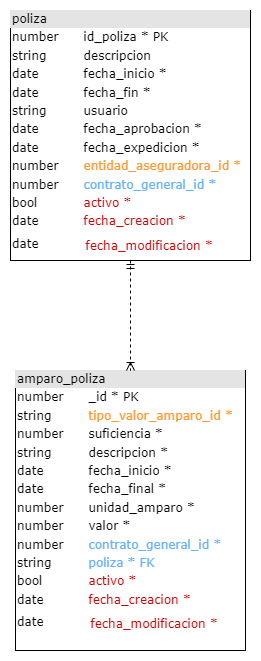
Earlier version of the draw.io export diagrams/polizas.drawio.png (udistrital/polizas_crud). Source tidied: cells renumbered, new cells last; positions are measured from the earlier drawing's top-left corner, leaving out a move shared by most shapes.
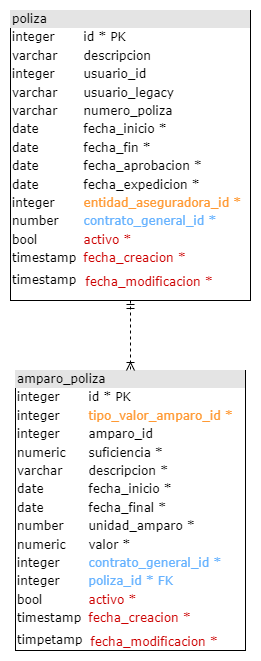
The same file after the commit.

What changed in the source:
```diff
@@ -2,14 +2,14 @@
   <root>
     <mxCell id="0" />
     <mxCell id="1" parent="0" />
-    <mxCell id="2" value="&lt;div style=&quot;box-sizing: border-box ; width: 100% ; background: #e4e4e4 ; padding: 2px&quot;&gt;amparo_poliza&lt;/div&gt;&lt;table style=&quot;width: 100% ; font-size: 1em&quot; cellpadding=&quot;2&quot; cellspacing=&quot;0&quot;&gt;&lt;tbody&gt;&lt;tr&gt;&lt;td&gt;number&lt;span style=&quot;white-space: pre;&quot;&gt;&#9;&lt;/span&gt;&lt;/td&gt;&lt;td&gt;_id * PK&lt;/td&gt;&lt;/tr&gt;&lt;tr&gt;&lt;td&gt;string&lt;/td&gt;&lt;td&gt;&lt;font color=&quot;#ff9933&quot;&gt;tipo_valor_amparo_id *&lt;/font&gt;&lt;/td&gt;&lt;/tr&gt;&lt;tr&gt;&lt;td&gt;number&lt;/td&gt;&lt;td&gt;suficiencia *&lt;/td&gt;&lt;/tr&gt;&lt;tr&gt;&lt;td&gt;string&lt;/td&gt;&lt;td&gt;descripcion *&amp;nbsp;&lt;/td&gt;&lt;/tr&gt;&lt;tr&gt;&lt;td&gt;date&lt;/td&gt;&lt;td&gt;fecha_inicio *&lt;br&gt;&lt;/td&gt;&lt;/tr&gt;&lt;tr&gt;&lt;td&gt;date&lt;br&gt;&lt;/td&gt;&lt;td&gt;fecha_final *&lt;br&gt;&lt;/td&gt;&lt;/tr&gt;&lt;tr&gt;&lt;td&gt;number&lt;/td&gt;&lt;td&gt;unidad_amparo *&lt;/td&gt;&lt;/tr&gt;&lt;tr&gt;&lt;td&gt;number&lt;/td&gt;&lt;td&gt;valor *&lt;/td&gt;&lt;/tr&gt;&lt;tr&gt;&lt;td&gt;number&lt;br&gt;&lt;/td&gt;&lt;td&gt;&lt;span style=&quot;color: rgb(102, 178, 255);&quot;&gt;contrato_general_id *&lt;/span&gt;&lt;br style=&quot;color: rgb(102, 178, 255);&quot;&gt;&lt;/td&gt;&lt;/tr&gt;&lt;tr&gt;&lt;td&gt;string&lt;br&gt;&lt;/td&gt;&lt;td&gt;&lt;font color=&quot;#66b2ff&quot;&gt;poliza * FK&lt;/font&gt;&lt;br&gt;&lt;/td&gt;&lt;/tr&gt;&lt;tr&gt;&lt;td&gt;bool&lt;br&gt;&lt;/td&gt;&lt;td&gt;&lt;span style=&quot;color: rgb(204, 0, 0);&quot;&gt;activo *&lt;/span&gt;&lt;br style=&quot;color: rgb(204, 0, 0);&quot;&gt;&lt;/td&gt;&lt;/tr&gt;&lt;tr&gt;&lt;td&gt;date&lt;/td&gt;&lt;td&gt;&lt;span style=&quot;color: rgb(204, 0, 0);&quot;&gt;fecha_creacion *&lt;/span&gt;&lt;br style=&quot;color: rgb(204, 0, 0);&quot;&gt;&lt;/td&gt;&lt;/tr&gt;&lt;tr&gt;&lt;td&gt;date&lt;/td&gt;&lt;td&gt;&lt;table style=&quot;font-size: 1em; width: 230px;&quot; cellpadding=&quot;2&quot; cellspacing=&quot;0&quot;&gt;&lt;tbody&gt;&lt;tr&gt;&lt;td&gt;&lt;/td&gt;&lt;/tr&gt;&lt;tr&gt;&lt;td&gt;&lt;font color=&quot;#cc0000&quot;&gt;fecha_modificacion *&lt;/font&gt;&lt;/td&gt;&lt;/tr&gt;&lt;/tbody&gt;&lt;/table&gt;&lt;/td&gt;&lt;/tr&gt;&lt;/tbody&gt;&lt;/table&gt;" style="verticalAlign=top;align=left;overflow=fill;html=1;rounded=0;shadow=0;comic=0;labelBackgroundColor=none;strokeWidth=1;fontFamily=Verdana;fontSize=12;" parent="1" vertex="1">
+    <mxCell id="2" value="&lt;div style=&quot;box-sizing: border-box ; width: 100% ; background: #e4e4e4 ; padding: 2px&quot;&gt;amparo_poliza&lt;/div&gt;&lt;table style=&quot;width: 100% ; font-size: 1em&quot; cellpadding=&quot;2&quot; cellspacing=&quot;0&quot;&gt;&lt;tbody&gt;&lt;tr&gt;&lt;td&gt;integer&lt;/td&gt;&lt;td&gt;id * PK&lt;/td&gt;&lt;/tr&gt;&lt;tr&gt;&lt;td&gt;integer&lt;span style=&quot;white-space: pre;&quot;&gt;&#9;&lt;/span&gt;&lt;/td&gt;&lt;td&gt;&lt;font color=&quot;#ff9933&quot;&gt;tipo_valor_amparo_id *&lt;/font&gt;&lt;/td&gt;&lt;/tr&gt;&lt;tr&gt;&lt;td&gt;integer&lt;/td&gt;&lt;td&gt;amparo_id&lt;/td&gt;&lt;/tr&gt;&lt;tr&gt;&lt;td&gt;numeric&lt;/td&gt;&lt;td&gt;suficiencia *&lt;/td&gt;&lt;/tr&gt;&lt;tr&gt;&lt;td&gt;varchar&lt;/td&gt;&lt;td&gt;descripcion *&amp;nbsp;&lt;/td&gt;&lt;/tr&gt;&lt;tr&gt;&lt;td&gt;date&lt;/td&gt;&lt;td&gt;fecha_inicio *&lt;br&gt;&lt;/td&gt;&lt;/tr&gt;&lt;tr&gt;&lt;td&gt;date&lt;br&gt;&lt;/td&gt;&lt;td&gt;fecha_final *&lt;br&gt;&lt;/td&gt;&lt;/tr&gt;&lt;tr&gt;&lt;td&gt;number&lt;/td&gt;&lt;td&gt;unidad_amparo *&lt;/td&gt;&lt;/tr&gt;&lt;tr&gt;&lt;td&gt;numeric&lt;/td&gt;&lt;td&gt;valor *&lt;/td&gt;&lt;/tr&gt;&lt;tr&gt;&lt;td&gt;integer&lt;br&gt;&lt;/td&gt;&lt;td&gt;&lt;span style=&quot;color: rgb(102, 178, 255);&quot;&gt;contrato_general_id *&lt;/span&gt;&lt;br style=&quot;color: rgb(102, 178, 255);&quot;&gt;&lt;/td&gt;&lt;/tr&gt;&lt;tr&gt;&lt;td&gt;integer&lt;br&gt;&lt;/td&gt;&lt;td&gt;&lt;font color=&quot;#66b2ff&quot;&gt;poliza_id * FK&lt;/font&gt;&lt;br&gt;&lt;/td&gt;&lt;/tr&gt;&lt;tr&gt;&lt;td&gt;bool&lt;br&gt;&lt;/td&gt;&lt;td&gt;&lt;span style=&quot;color: rgb(204, 0, 0);&quot;&gt;activo *&lt;/span&gt;&lt;br style=&quot;color: rgb(204, 0, 0);&quot;&gt;&lt;/td&gt;&lt;/tr&gt;&lt;tr&gt;&lt;td&gt;timestamp&lt;/td&gt;&lt;td&gt;&lt;span style=&quot;color: rgb(204, 0, 0);&quot;&gt;fecha_creacion *&lt;/span&gt;&lt;br style=&quot;color: rgb(204, 0, 0);&quot;&gt;&lt;/td&gt;&lt;/tr&gt;&lt;tr&gt;&lt;td&gt;timpetamp&lt;/td&gt;&lt;td&gt;&lt;table style=&quot;font-size: 1em; width: 230px;&quot; cellpadding=&quot;2&quot; cellspacing=&quot;0&quot;&gt;&lt;tbody&gt;&lt;tr&gt;&lt;td&gt;&lt;/td&gt;&lt;/tr&gt;&lt;tr&gt;&lt;td&gt;&lt;font color=&quot;#cc0000&quot;&gt;fecha_modificacion *&lt;/font&gt;&lt;/td&gt;&lt;/tr&gt;&lt;/tbody&gt;&lt;/table&gt;&lt;/td&gt;&lt;/tr&gt;&lt;/tbody&gt;&lt;/table&gt;" style="verticalAlign=top;align=left;overflow=fill;html=1;rounded=0;shadow=0;comic=0;labelBackgroundColor=none;strokeWidth=1;fontFamily=Verdana;fontSize=12;" parent="1" vertex="1">
       <mxGeometry x="5" y="360" width="230" height="280" as="geometry" />
     </mxCell>
     <mxCell id="3" style="edgeStyle=orthogonalEdgeStyle;html=1;entryX=0.5;entryY=0;dashed=1;labelBackgroundColor=none;startArrow=ERmandOne;endArrow=ERoneToMany;fontFamily=Verdana;fontSize=12;align=left;entryDx=0;entryDy=0;exitX=0.5;exitY=1;exitDx=0;exitDy=0;" parent="1" edge="1" source="4" target="2">
       <mxGeometry relative="1" as="geometry" />
     </mxCell>
-    <mxCell id="4" value="&lt;div style=&quot;box-sizing: border-box ; width: 100% ; background: #e4e4e4 ; padding: 2px&quot;&gt;poliza&lt;/div&gt;&lt;table style=&quot;width: 100% ; font-size: 1em&quot; cellpadding=&quot;2&quot; cellspacing=&quot;0&quot;&gt;&lt;tbody&gt;&lt;tr&gt;&lt;td&gt;number&lt;span style=&quot;white-space: pre;&quot;&gt;&#9;&lt;/span&gt;&lt;/td&gt;&lt;td&gt;id_poliza * PK&lt;/td&gt;&lt;/tr&gt;&lt;tr&gt;&lt;td&gt;string&lt;/td&gt;&lt;td&gt;descripcion&lt;br&gt;&lt;/td&gt;&lt;/tr&gt;&lt;tr&gt;&lt;td&gt;date&lt;/td&gt;&lt;td&gt;fecha_inicio *&lt;/td&gt;&lt;/tr&gt;&lt;tr&gt;&lt;td&gt;date&lt;/td&gt;&lt;td&gt;fecha_fin *&lt;/td&gt;&lt;/tr&gt;&lt;tr&gt;&lt;td&gt;string&lt;/td&gt;&lt;td&gt;usuario&lt;/td&gt;&lt;/tr&gt;&lt;tr&gt;&lt;td&gt;date&lt;/td&gt;&lt;td&gt;fecha_aprobacion *&lt;/td&gt;&lt;/tr&gt;&lt;tr&gt;&lt;td&gt;date&lt;/td&gt;&lt;td&gt;fecha_expedicion *&lt;/td&gt;&lt;/tr&gt;&lt;tr&gt;&lt;td&gt;number&lt;/td&gt;&lt;td&gt;&lt;font color=&quot;#ff9933&quot;&gt;entidad_aseguradora_id *&lt;/font&gt;&lt;/td&gt;&lt;/tr&gt;&lt;tr&gt;&lt;td&gt;number&lt;br&gt;&lt;/td&gt;&lt;td&gt;&lt;span style=&quot;color: rgb(102, 178, 255);&quot;&gt;contrato_general_id *&lt;/span&gt;&lt;br style=&quot;color: rgb(102, 178, 255);&quot;&gt;&lt;/td&gt;&lt;/tr&gt;&lt;tr&gt;&lt;td&gt;bool&lt;br&gt;&lt;/td&gt;&lt;td&gt;&lt;span style=&quot;color: rgb(204, 0, 0);&quot;&gt;activo *&lt;/span&gt;&lt;br style=&quot;color: rgb(204, 0, 0);&quot;&gt;&lt;/td&gt;&lt;/tr&gt;&lt;tr&gt;&lt;td&gt;date&lt;/td&gt;&lt;td&gt;&lt;span style=&quot;color: rgb(204, 0, 0);&quot;&gt;fecha_creacion *&lt;/span&gt;&lt;br style=&quot;color: rgb(204, 0, 0);&quot;&gt;&lt;/td&gt;&lt;/tr&gt;&lt;tr&gt;&lt;td&gt;date&lt;/td&gt;&lt;td&gt;&lt;table style=&quot;font-size: 1em; width: 230px;&quot; cellpadding=&quot;2&quot; cellspacing=&quot;0&quot;&gt;&lt;tbody&gt;&lt;tr&gt;&lt;td&gt;&lt;/td&gt;&lt;/tr&gt;&lt;tr&gt;&lt;td&gt;&lt;font color=&quot;#cc0000&quot;&gt;fecha_modificacion *&lt;/font&gt;&lt;/td&gt;&lt;/tr&gt;&lt;/tbody&gt;&lt;/table&gt;&lt;/td&gt;&lt;/tr&gt;&lt;/tbody&gt;&lt;/table&gt;" style="verticalAlign=top;align=left;overflow=fill;html=1;rounded=0;shadow=0;comic=0;labelBackgroundColor=none;strokeWidth=1;fontFamily=Verdana;fontSize=12;strokeColor=default;" parent="1" vertex="1">
-      <mxGeometry width="240" height="250" as="geometry" />
+    <mxCell id="4" value="&lt;div style=&quot;box-sizing: border-box ; width: 100% ; background: #e4e4e4 ; padding: 2px&quot;&gt;poliza&lt;/div&gt;&lt;table style=&quot;width: 100% ; font-size: 1em&quot; cellpadding=&quot;2&quot; cellspacing=&quot;0&quot;&gt;&lt;tbody&gt;&lt;tr&gt;&lt;td&gt;integer&lt;span style=&quot;white-space: pre;&quot;&gt;&#9;&lt;/span&gt;&lt;/td&gt;&lt;td&gt;id * PK&lt;/td&gt;&lt;/tr&gt;&lt;tr&gt;&lt;td&gt;varchar&lt;/td&gt;&lt;td&gt;descripcion&lt;br&gt;&lt;/td&gt;&lt;/tr&gt;&lt;tr&gt;&lt;td&gt;integer&lt;/td&gt;&lt;td&gt;usuario_id&lt;/td&gt;&lt;/tr&gt;&lt;tr&gt;&lt;td&gt;varchar&lt;/td&gt;&lt;td&gt;usuario_legacy&lt;br&gt;&lt;/td&gt;&lt;/tr&gt;&lt;tr&gt;&lt;td&gt;varchar&lt;/td&gt;&lt;td&gt;numero_poliza&lt;/td&gt;&lt;/tr&gt;&lt;tr&gt;&lt;td&gt;date&lt;/td&gt;&lt;td&gt;fecha_inicio *&lt;/td&gt;&lt;/tr&gt;&lt;tr&gt;&lt;td&gt;date&lt;/td&gt;&lt;td&gt;fecha_fin *&lt;/td&gt;&lt;/tr&gt;&lt;tr&gt;&lt;td&gt;date&lt;/td&gt;&lt;td&gt;fecha_aprobacion *&lt;/td&gt;&lt;/tr&gt;&lt;tr&gt;&lt;td&gt;date&lt;/td&gt;&lt;td&gt;fecha_expedicion *&lt;/td&gt;&lt;/tr&gt;&lt;tr&gt;&lt;td&gt;integer&lt;/td&gt;&lt;td&gt;&lt;font color=&quot;#ff9933&quot;&gt;entidad_aseguradora_id *&lt;/font&gt;&lt;/td&gt;&lt;/tr&gt;&lt;tr&gt;&lt;td&gt;number&lt;br&gt;&lt;/td&gt;&lt;td&gt;&lt;span style=&quot;color: rgb(102, 178, 255);&quot;&gt;contrato_general_id *&lt;/span&gt;&lt;br style=&quot;color: rgb(102, 178, 255);&quot;&gt;&lt;/td&gt;&lt;/tr&gt;&lt;tr&gt;&lt;td&gt;bool&lt;br&gt;&lt;/td&gt;&lt;td&gt;&lt;span style=&quot;color: rgb(204, 0, 0);&quot;&gt;activo *&lt;/span&gt;&lt;br style=&quot;color: rgb(204, 0, 0);&quot;&gt;&lt;/td&gt;&lt;/tr&gt;&lt;tr&gt;&lt;td&gt;timestamp&lt;span style=&quot;white-space: pre;&quot;&gt;&#9;&lt;/span&gt;&lt;/td&gt;&lt;td&gt;&lt;span style=&quot;color: rgb(204, 0, 0);&quot;&gt;fecha_creacion *&lt;/span&gt;&lt;br style=&quot;color: rgb(204, 0, 0);&quot;&gt;&lt;/td&gt;&lt;/tr&gt;&lt;tr&gt;&lt;td&gt;timestamp&lt;/td&gt;&lt;td&gt;&lt;table style=&quot;font-size: 1em; width: 230px;&quot; cellpadding=&quot;2&quot; cellspacing=&quot;0&quot;&gt;&lt;tbody&gt;&lt;tr&gt;&lt;td&gt;&lt;/td&gt;&lt;/tr&gt;&lt;tr&gt;&lt;td&gt;&lt;font color=&quot;#cc0000&quot;&gt;fecha_modificacion *&lt;/font&gt;&lt;/td&gt;&lt;/tr&gt;&lt;/tbody&gt;&lt;/table&gt;&lt;/td&gt;&lt;/tr&gt;&lt;/tbody&gt;&lt;/table&gt;" style="verticalAlign=top;align=left;overflow=fill;html=1;rounded=0;shadow=0;comic=0;labelBackgroundColor=none;strokeWidth=1;fontFamily=Verdana;fontSize=12;strokeColor=default;" parent="1" vertex="1">
+      <mxGeometry width="240" height="290" as="geometry" />
     </mxCell>
   </root>
 </mxGraphModel>
```
